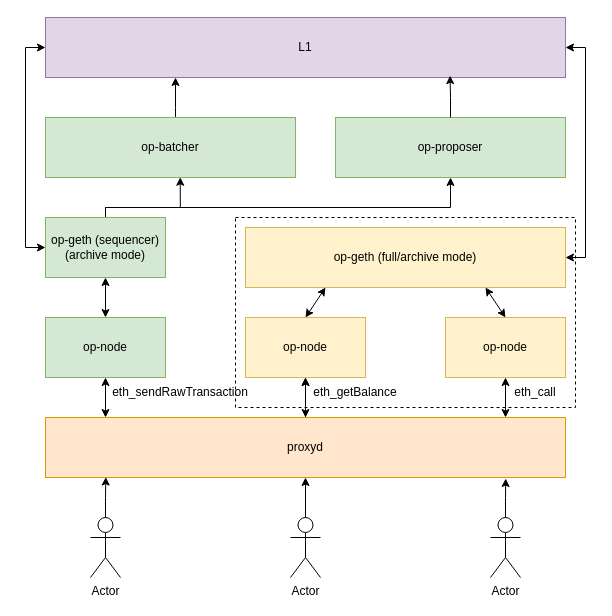
The draw.io diagram docs/assets/infra.drawio in wakeuplabs-io/opraas, before the edit. Source tidied: cells renumbered, new cells numbered last; positions are measured from the earlier drawing's top-left corner, leaving out a move shared by most shapes. Both pictures are drawn from the tidied source at 100%, with x=0, y=0 at pixel (25, 17).
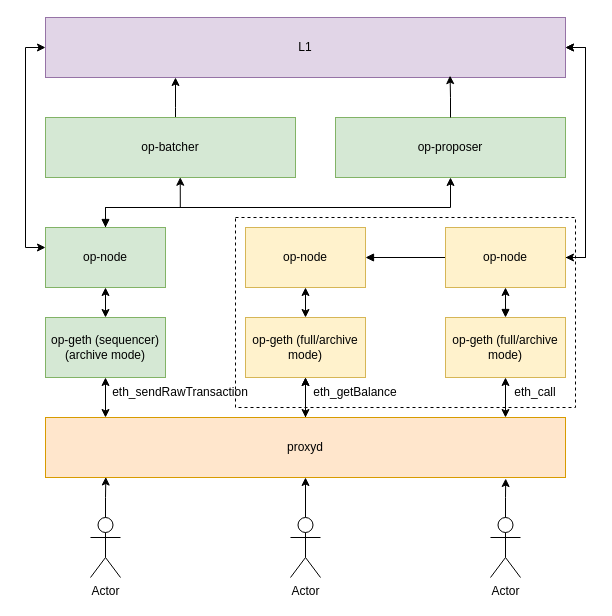
The same page after the edit.

Commit message (it also covers changes not shown here):
migrations specifications and diagram fix

The change refers to these unchanged cells:
```xml
<mxCell id="16" value="op-proposer" style="rounded=0;whiteSpace=wrap;html=1;fillColor=#d5e8d4;strokeColor=#82b366;" parent="1" vertex="1">
  <mxGeometry x="310" y="100" width="230" height="60" as="geometry" />
</mxCell>
<mxCell id="17" value="L1" style="rounded=0;whiteSpace=wrap;html=1;fillColor=#e1d5e7;strokeColor=#9673a6;" parent="1" vertex="1">
  <mxGeometry x="20" width="520" height="60" as="geometry" />
</mxCell>
```

The edit, as a diff of the source:
```diff
@@
-    <mxCell id="7" value="op&lt;span style=&quot;background-color: initial;&quot;&gt;-node&lt;/span&gt;" style="rounded=0;whiteSpace=wrap;html=1;fillColor=#d5e8d4;strokeColor=#82b366;" parent="1" vertex="1">
+    <mxCell id="7" value="op-geth (sequencer) (archive mode)" style="rounded=0;whiteSpace=wrap;html=1;fillColor=#d5e8d4;strokeColor=#82b366;" parent="1" vertex="1">
       <mxGeometry x="20" y="300" width="120" height="60" as="geometry" />
     </mxCell>
-    <mxCell id="8" value="op&lt;span style=&quot;background-color: initial;&quot;&gt;-node&lt;/span&gt;" style="rounded=0;whiteSpace=wrap;html=1;fillColor=#fff2cc;strokeColor=#d6b656;" parent="1" vertex="1">
+    <mxCell id="8" value="op-geth (full/archive mode)" style="rounded=0;whiteSpace=wrap;html=1;fillColor=#fff2cc;strokeColor=#d6b656;" parent="1" vertex="1">
       <mxGeometry x="220" y="300" width="120" height="60" as="geometry" />
     </mxCell>
+    <mxCell id="34" style="edgeStyle=orthogonalEdgeStyle;rounded=0;jettySize=auto;html=1;entryX=0.5;entryY=1;entryDx=0;entryDy=0;startArrow=block;startFill=1;" parent="1" edge="1" source="9" target="36">
+      <mxGeometry relative="1" as="geometry" />
+    </mxCell>
-    <mxCell id="9" value="op&lt;span style=&quot;background-color: initial;&quot;&gt;-node&lt;/span&gt;" style="rounded=0;whiteSpace=wrap;html=1;fillColor=#fff2cc;strokeColor=#d6b656;" parent="1" vertex="1">
+    <mxCell id="9" value="op-geth (full/archive mode)" style="rounded=0;whiteSpace=wrap;html=1;fillColor=#fff2cc;strokeColor=#d6b656;" parent="1" vertex="1">
       <mxGeometry x="420" y="300" width="120" height="60" as="geometry" />
     </mxCell>
@@
-    <mxCell id="11" style="edgeStyle=orthogonalEdgeStyle;rounded=0;jettySize=auto;html=1;entryX=0.5;entryY=1;entryDx=0;entryDy=0;" parent="1" edge="1" source="13" target="16">
+    <mxCell id="11" style="edgeStyle=orthogonalEdgeStyle;rounded=0;jettySize=auto;html=1;entryX=0.5;entryY=1;entryDx=0;entryDy=0;startArrow=block;startFill=1;" parent="1" edge="1" source="13" target="16">
       <mxGeometry relative="1" as="geometry">
         <Array as="points">
           <mxPoint x="80" y="190" />
           <mxPoint x="425" y="190" />
         </Array>
       </mxGeometry>
     </mxCell>
@@
-    <mxCell id="13" value="op-geth (sequencer) (archive mode)" style="rounded=0;whiteSpace=wrap;html=1;fillColor=#d5e8d4;strokeColor=#82b366;" parent="1" vertex="1">
-      <mxGeometry x="20" y="200" width="120" height="60" as="geometry" />
+    <mxCell id="13" value="op-node" style="rounded=0;whiteSpace=wrap;html=1;fillColor=#d5e8d4;strokeColor=#82b366;" parent="1" vertex="1">
+      <mxGeometry x="20" y="210" width="120" height="60" as="geometry" />
     </mxCell>
@@
-    <mxCell id="21" style="edgeStyle=orthogonalEdgeStyle;rounded=0;jettySize=auto;html=1;entryX=1;entryY=0.5;entryDx=0;entryDy=0;startArrow=classic;startFill=1;" parent="1" edge="1" source="22" target="17">
+    <mxCell id="21" style="edgeStyle=orthogonalEdgeStyle;rounded=0;jettySize=auto;html=1;entryX=1;entryY=0.5;entryDx=0;entryDy=0;startArrow=classic;startFill=1;exitX=1;exitY=0.5;exitDx=0;exitDy=0;" parent="1" edge="1" source="36" target="17">
       <mxGeometry relative="1" as="geometry">
         <Array as="points">
           <mxPoint x="560" y="240" />
           <mxPoint x="560" y="30" />
         </Array>
       </mxGeometry>
     </mxCell>
+    <mxCell id="35" style="edgeStyle=orthogonalEdgeStyle;rounded=0;jettySize=auto;html=1;entryX=1;entryY=0.5;entryDx=0;entryDy=0;startArrow=block;startFill=1;" parent="1" edge="1" source="22" target="17">
+      <mxGeometry relative="1" as="geometry">
+        <Array as="points">
+          <mxPoint x="560" y="240" />
+          <mxPoint x="560" y="30" />
+        </Array>
+      </mxGeometry>
+    </mxCell>
-    <mxCell id="22" value="op-geth (full/archive mode)" style="rounded=0;whiteSpace=wrap;html=1;fillColor=#fff2cc;strokeColor=#d6b656;" parent="1" vertex="1">
-      <mxGeometry x="220" y="210" width="320" height="60" as="geometry" />
+    <mxCell id="22" value="op-node" style="rounded=0;whiteSpace=wrap;html=1;fillColor=#fff2cc;strokeColor=#d6b656;" parent="1" vertex="1">
+      <mxGeometry x="220" y="210" width="120" height="60" as="geometry" />
     </mxCell>
-    <mxCell id="23" style="endArrow=classic;startArrow=classic;html=1;rounded=0;entryX=0.25;entryY=1;entryDx=0;entryDy=0;" parent="1" edge="1" target="22">
+    <mxCell id="23" style="endArrow=classic;startArrow=classic;html=1;rounded=0;entryX=0.5;entryY=1;entryDx=0;entryDy=0;" parent="1" edge="1" target="22">
       <mxGeometry relative="1" as="geometry">
         <mxPoint x="280" y="300" as="sourcePoint" />
       </mxGeometry>
     </mxCell>
-    <mxCell id="24" style="endArrow=classic;startArrow=classic;html=1;rounded=0;entryX=0.75;entryY=1;entryDx=0;entryDy=0;" parent="1" edge="1" target="22">
-      <mxGeometry relative="1" as="geometry">
-        <mxPoint x="480" y="300" as="sourcePoint" />
-      </mxGeometry>
-    </mxCell>
@@
+    <mxCell id="36" value="op-node" style="rounded=0;whiteSpace=wrap;html=1;fillColor=#fff2cc;strokeColor=#d6b656;" parent="1" vertex="1">
+      <mxGeometry x="420" y="210" width="120" height="60" as="geometry" />
+    </mxCell>
```
